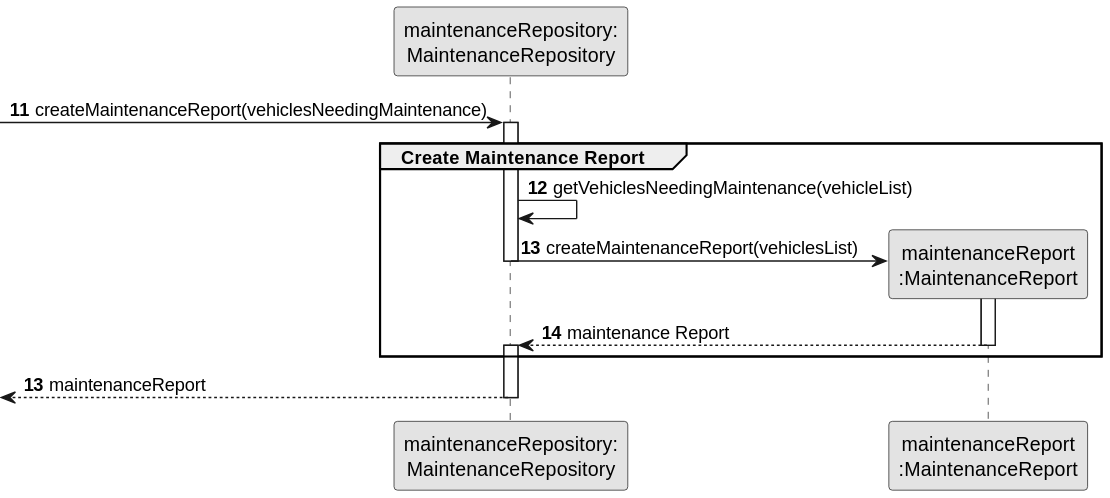
The PlantUML diagram docs/sprintB/us008/03.design/svg/us008-sequence-diagram-partial-create-maintenance-report.svg in ricardomm7/leaflink, before a commit.
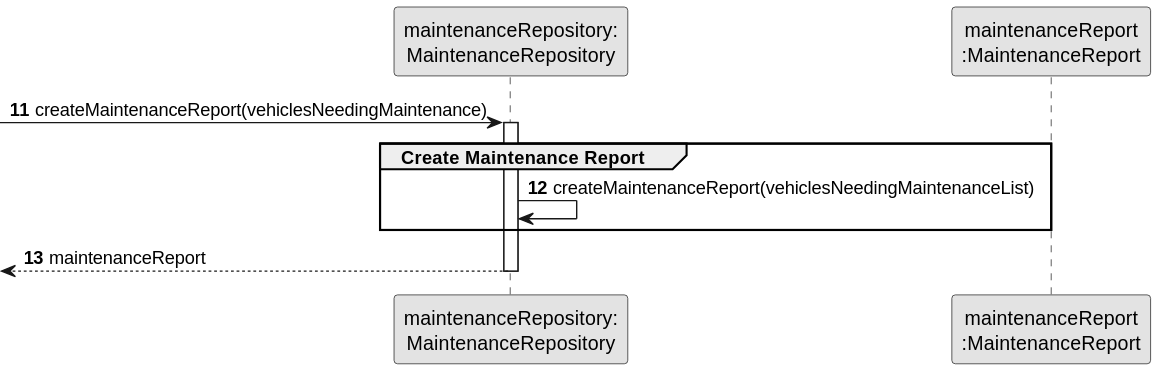
Later version of the same file.

The edit, as a diff of the source:
```diff
@@ -12,16 +12,9 @@
 
     group Create Maintenance Report
 
-        MaintenanceRepository -> MaintenanceRepository: getVehiclesNeedingMaintenance(vehicleList)
+         MaintenanceRepository -> MaintenanceRepository: createMaintenanceReport(vehiclesNeedingMaintenanceList)
 
-        MaintenanceRepository -> MaintenanceReport **: createMaintenanceReport(vehiclesList)
-        deactivate MaintenanceRepository
-        activate MaintenanceReport
 
-        MaintenanceReport --> MaintenanceRepository : maintenance Report
-        deactivate MaintenanceReport
-
-        activate MaintenanceRepository
     end group
 
     autonumber 13
```
